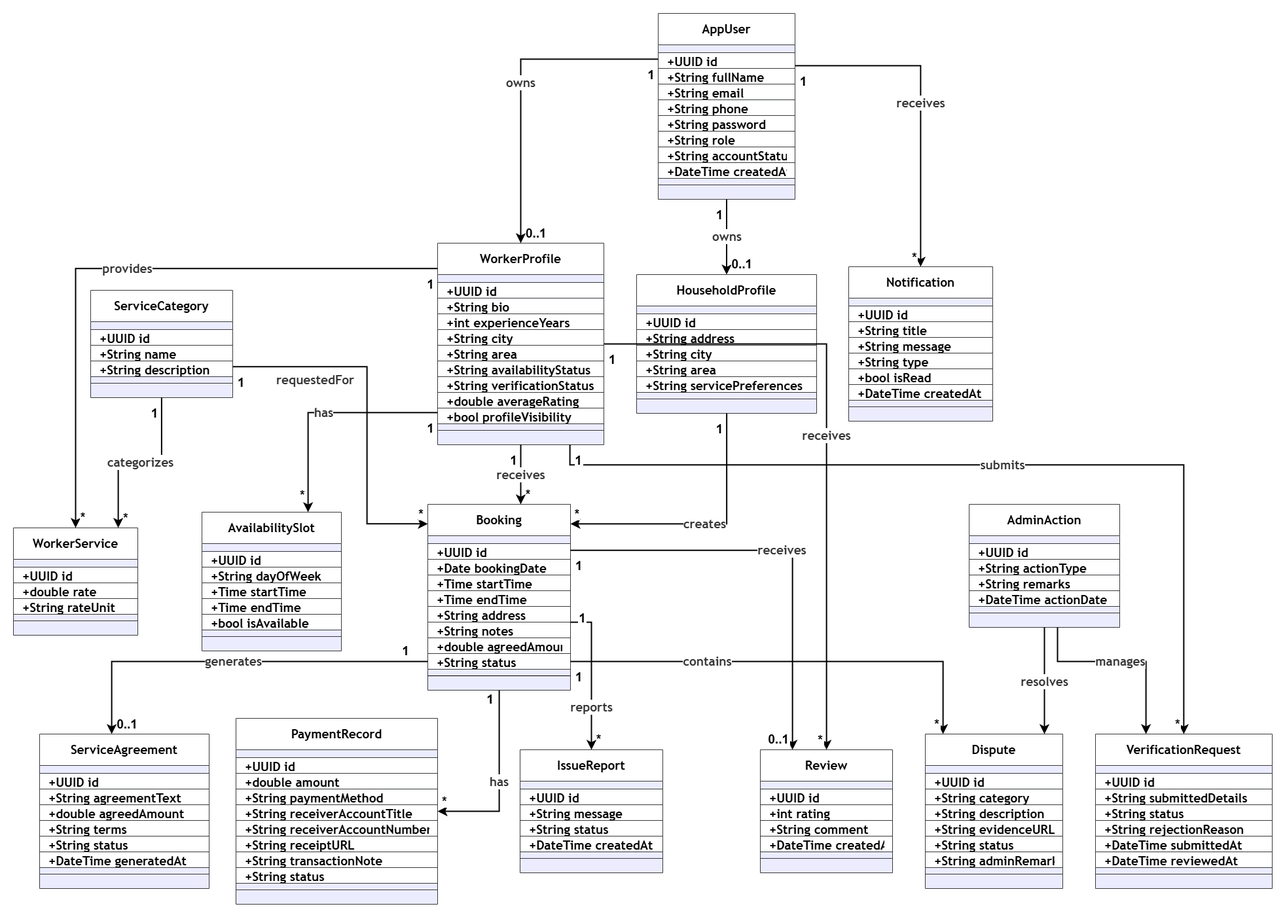
The draw.io diagram Docs/30 Percent/Diagrams/Class.png in AbuZar-Babar/HomeEase, before a commit. Source tidied: cells renumbered, new cells last; positions are measured from the earlier drawing's top-left corner, leaving out a move shared by most shapes.
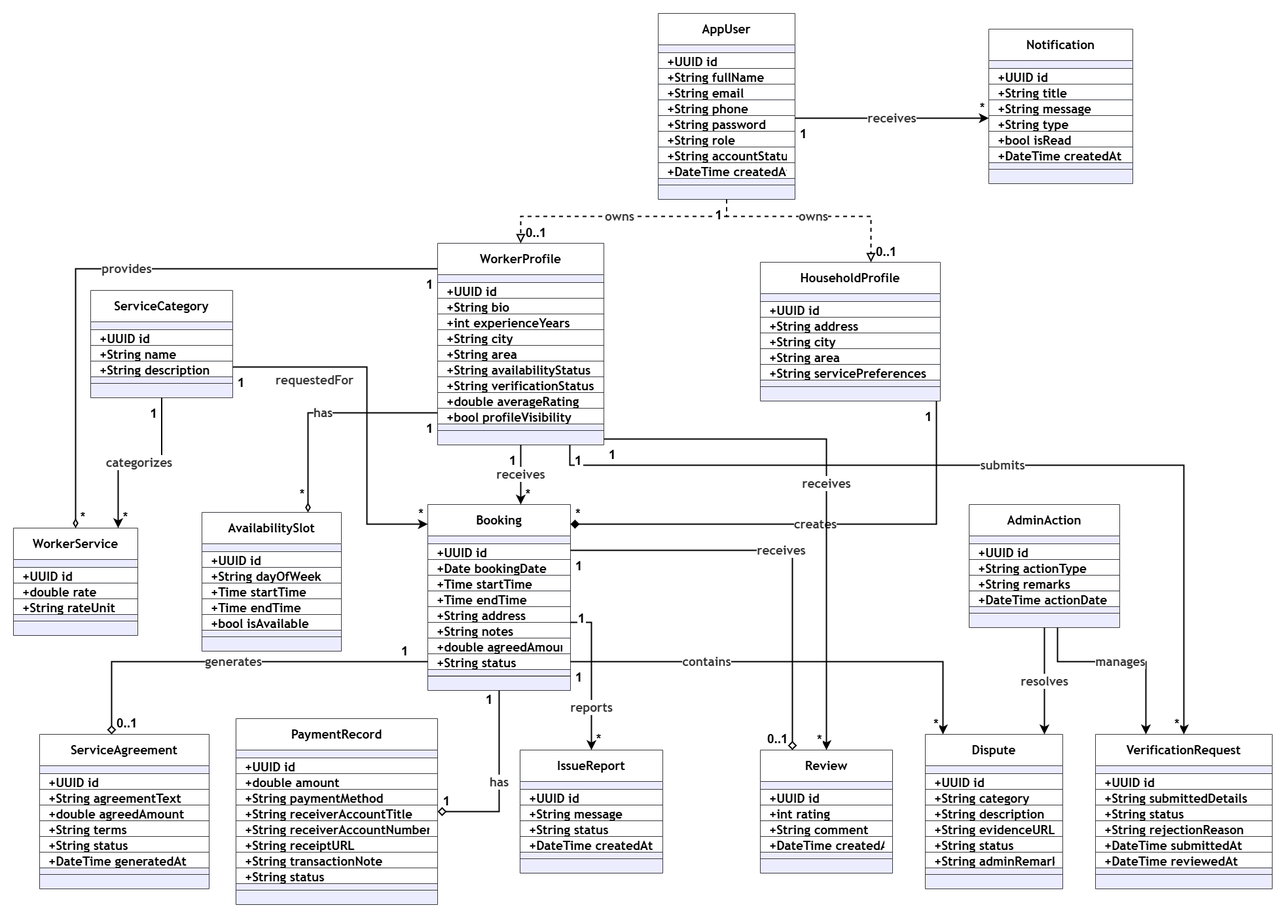
Later version of the same file.

Commit message:
docs: add system design documentation, diagrams, and project presentation assets

The edit, as a diff of the source:
```diff
@@ -36,7 +36,7 @@
       <mxGeometry y="252" width="209" height="20" as="geometry" />
     </mxCell>
     <mxCell id="13" value="&lt;span&gt;HouseholdProfile&lt;/span&gt;" style="swimlane;html=1;fontStyle=1;fontSize=19;align=center;verticalAlign=middle;horizontal=1;startSize=48;swimlaneFillColor=light-dark(#ECECFF,#1f2020);whiteSpace=wrap;fontFamily=Trebuchet MS,Verdana,Arial,sans-serif;fillColor=#FFFFFF;strokeColor=#36393d;labelBackgroundColor=#FFFFFF;" parent="2" vertex="1">
-      <mxGeometry x="992" y="439" width="275" height="212" as="geometry" />
+      <mxGeometry x="1181" y="420" width="275" height="212" as="geometry" />
     </mxCell>
     <mxCell id="14" value="+UUID id" style="text;fontSize=19;align=left;verticalAlign=middle;spacingLeft=12;spacingRight=12;overflow=hidden;fontFamily=Trebuchet MS,Verdana,Arial,sans-serif;fillColor=#FFFFFF;strokeColor=#36393d;fontStyle=1;labelBackgroundColor=#FFFFFF;" parent="13" vertex="1">
       <mxGeometry y="60" width="275" height="24" as="geometry" />
@@ -243,7 +243,7 @@
       <mxGeometry y="156" width="202" height="20" as="geometry" />
     </mxCell>
     <mxCell id="82" value="&lt;span&gt;Notification&lt;/span&gt;" style="swimlane;html=1;fontStyle=1;fontSize=19;align=center;verticalAlign=middle;horizontal=1;startSize=48;swimlaneFillColor=light-dark(#ECECFF,#1f2020);whiteSpace=wrap;fontFamily=Trebuchet MS,Verdana,Arial,sans-serif;fillColor=#FFFFFF;strokeColor=#36393d;labelBackgroundColor=#FFFFFF;" parent="2" vertex="1">
-      <mxGeometry x="1316" y="427" width="220" height="236" as="geometry" />
+      <mxGeometry x="1530" y="64" width="220" height="236" as="geometry" />
     </mxCell>
     <mxCell id="83" value="+UUID id" style="text;fontSize=19;align=left;verticalAlign=middle;spacingLeft=12;spacingRight=12;overflow=hidden;fontFamily=Trebuchet MS,Verdana,Arial,sans-serif;fillColor=#FFFFFF;strokeColor=#36393d;fontStyle=1;labelBackgroundColor=#FFFFFF;" parent="82" vertex="1">
       <mxGeometry y="60" width="220" height="24" as="geometry" />
@@ -350,8 +350,13 @@
     <mxCell id="117" style="line;strokeWidth=1;spacingLeft=3;spacingRight=3;fillColor=#FFFFFF;strokeColor=#36393d;fontStyle=1;fontSize=19;labelBackgroundColor=#FFFFFF;" parent="112" vertex="1">
       <mxGeometry y="156" width="230" height="20" as="geometry" />
     </mxCell>
-    <mxCell id="118" value="owns" style="startArrow=none;endArrow=classic;endSize=9;html=1;fontSize=19;labelBackgroundColor=#FFFFFF;fontFamily=Trebuchet MS,Verdana,Arial,sans-serif;fontColor=light-dark(#333333,#cccccc);rounded=0;edgeStyle=orthogonalEdgeStyle;fontStyle=1;strokeWidth=2;" parent="2" edge="1" source="3" target="13">
-      <mxGeometry relative="1" as="geometry" />
+    <mxCell id="118" value="owns" style="startArrow=none;endArrow=block;endSize=9;html=1;fontSize=19;labelBackgroundColor=#FFFFFF;fontFamily=Trebuchet MS,Verdana,Arial,sans-serif;fontColor=light-dark(#333333,#cccccc);rounded=0;edgeStyle=orthogonalEdgeStyle;fontStyle=1;strokeWidth=2;dashed=1;endFill=0;" parent="2" edge="1" source="3" target="13">
+      <mxGeometry relative="1" as="geometry">
+        <Array as="points">
+          <mxPoint x="1130" y="350" />
+          <mxPoint x="1350" y="350" />
+        </Array>
+      </mxGeometry>
     </mxCell>
     <mxCell id="119" value="1" style="edgeLabel;labelBackgroundColor=#FFFFFF;fontSize=19;spacing=8;align=right;verticalAlign=top;fontStyle=1;" parent="118" vertex="1">
       <mxGeometry x="-1" relative="1" as="geometry" />
@@ -359,10 +364,11 @@
     <mxCell id="120" value="0..1" style="edgeLabel;labelBackgroundColor=#FFFFFF;fontSize=19;spacing=8;align=left;verticalAlign=bottom;fontStyle=1;" parent="118" vertex="1">
       <mxGeometry x="1" relative="1" as="geometry" />
     </mxCell>
-    <mxCell id="121" value="owns" style="startArrow=none;endArrow=classic;endSize=9;html=1;fontSize=19;labelBackgroundColor=#FFFFFF;fontFamily=Trebuchet MS,Verdana,Arial,sans-serif;fontColor=light-dark(#333333,#cccccc);rounded=0;edgeStyle=orthogonalEdgeStyle;fontStyle=1;strokeWidth=2;" parent="2" edge="1" source="3" target="20">
+    <mxCell id="121" value="owns" style="startArrow=none;endArrow=block;endSize=9;html=1;fontSize=19;labelBackgroundColor=#FFFFFF;fontFamily=Trebuchet MS,Verdana,Arial,sans-serif;fontColor=light-dark(#333333,#cccccc);rounded=0;edgeStyle=orthogonalEdgeStyle;fontStyle=1;strokeWidth=2;dashed=1;endFill=0;" parent="2" edge="1" source="3" target="20">
       <mxGeometry relative="1" as="geometry">
         <Array as="points">
-          <mxPoint x="815" y="110" />
+          <mxPoint x="1130" y="350" />
+          <mxPoint x="815" y="350" />
         </Array>
       </mxGeometry>
     </mxCell>
@@ -372,7 +378,7 @@
     <mxCell id="123" value="0..1" style="edgeLabel;labelBackgroundColor=#FFFFFF;fontSize=19;spacing=8;align=left;verticalAlign=bottom;fontStyle=1;" parent="121" vertex="1">
       <mxGeometry x="1" relative="1" as="geometry" />
     </mxCell>
-    <mxCell id="124" value="provides" style="startArrow=none;endArrow=classic;endSize=9;html=1;fontSize=19;labelBackgroundColor=#FFFFFF;fontFamily=Trebuchet MS,Verdana,Arial,sans-serif;fontColor=light-dark(#333333,#cccccc);rounded=0;edgeStyle=orthogonalEdgeStyle;fontStyle=1;strokeWidth=2;" parent="2" edge="1" source="20" target="36">
+    <mxCell id="124" value="provides" style="startArrow=none;endArrow=diamondThin;endSize=9;html=1;fontSize=19;labelBackgroundColor=#FFFFFF;fontFamily=Trebuchet MS,Verdana,Arial,sans-serif;fontColor=light-dark(#333333,#cccccc);rounded=0;edgeStyle=orthogonalEdgeStyle;fontStyle=1;strokeWidth=2;endFill=0;" parent="2" edge="1" source="20" target="36">
       <mxGeometry relative="1" as="geometry">
         <Array as="points">
           <mxPoint x="135" y="430" />
@@ -385,7 +391,7 @@
     <mxCell id="126" value="*" style="edgeLabel;labelBackgroundColor=#FFFFFF;fontSize=19;spacing=8;align=left;verticalAlign=bottom;fontStyle=1;" parent="124" vertex="1">
       <mxGeometry x="1" relative="1" as="geometry" />
     </mxCell>
-    <mxCell id="127" value="has" style="startArrow=none;endArrow=classic;endSize=9;html=1;fontSize=19;labelBackgroundColor=#FFFFFF;fontFamily=Trebuchet MS,Verdana,Arial,sans-serif;fontColor=light-dark(#333333,#cccccc);rounded=0;edgeStyle=orthogonalEdgeStyle;fontStyle=1;strokeWidth=2;" parent="2" edge="1" source="20" target="41">
+    <mxCell id="127" value="has" style="startArrow=none;endArrow=diamondThin;endSize=9;html=1;fontSize=19;labelBackgroundColor=#FFFFFF;fontFamily=Trebuchet MS,Verdana,Arial,sans-serif;fontColor=light-dark(#333333,#cccccc);rounded=0;edgeStyle=orthogonalEdgeStyle;fontStyle=1;strokeWidth=2;endFill=0;" parent="2" edge="1" source="20" target="41">
       <mxGeometry relative="1" as="geometry">
         <Array as="points">
           <mxPoint x="490" y="650" />
@@ -400,10 +406,10 @@
         <mxPoint x="-20" y="-12" as="offset" />
       </mxGeometry>
     </mxCell>
-    <mxCell id="130" value="creates" style="startArrow=none;endArrow=classic;endSize=9;html=1;fontSize=19;labelBackgroundColor=#FFFFFF;fontFamily=Trebuchet MS,Verdana,Arial,sans-serif;fontColor=light-dark(#333333,#cccccc);rounded=0;edgeStyle=orthogonalEdgeStyle;fontStyle=1;strokeWidth=2;" parent="2" edge="1" source="13" target="48">
+    <mxCell id="130" value="creates" style="startArrow=none;endArrow=diamond;endSize=9;html=1;fontSize=19;labelBackgroundColor=#FFFFFF;fontFamily=Trebuchet MS,Verdana,Arial,sans-serif;fontColor=light-dark(#333333,#cccccc);rounded=0;edgeStyle=orthogonalEdgeStyle;fontStyle=1;strokeWidth=2;endFill=1;" parent="2" edge="1" source="13" target="48">
       <mxGeometry relative="1" as="geometry">
         <Array as="points">
-          <mxPoint x="1129" y="820" />
+          <mxPoint x="1450" y="820" />
         </Array>
       </mxGeometry>
     </mxCell>
@@ -455,7 +461,7 @@
     <mxCell id="141" value="*" style="edgeLabel;labelBackgroundColor=#FFFFFF;fontSize=19;spacing=8;align=right;verticalAlign=bottom;fontStyle=1;" parent="139" vertex="1">
       <mxGeometry x="1" relative="1" as="geometry" />
     </mxCell>
-    <mxCell id="142" value="generates" style="startArrow=none;endArrow=classic;endSize=9;html=1;fontSize=19;labelBackgroundColor=#FFFFFF;fontFamily=Trebuchet MS,Verdana,Arial,sans-serif;fontColor=light-dark(#333333,#cccccc);rounded=0;edgeStyle=orthogonalEdgeStyle;fontStyle=1;strokeWidth=2;" parent="2" edge="1" source="48" target="58">
+    <mxCell id="142" value="generates" style="startArrow=none;endArrow=diamond;endSize=9;html=1;fontSize=19;labelBackgroundColor=#FFFFFF;fontFamily=Trebuchet MS,Verdana,Arial,sans-serif;fontColor=light-dark(#333333,#cccccc);rounded=0;edgeStyle=orthogonalEdgeStyle;fontStyle=1;strokeWidth=2;endFill=0;" parent="2" edge="1" source="48" target="58">
       <mxGeometry relative="1" as="geometry">
         <Array as="points">
           <mxPoint x="190" y="1030" />
@@ -470,7 +476,7 @@
     <mxCell id="144" value="0..1" style="edgeLabel;labelBackgroundColor=#FFFFFF;fontSize=19;spacing=8;align=left;verticalAlign=bottom;fontStyle=1;" parent="142" vertex="1">
       <mxGeometry x="1" relative="1" as="geometry" />
     </mxCell>
-    <mxCell id="145" value="has" style="startArrow=none;endArrow=classic;endSize=9;html=1;fontSize=19;labelBackgroundColor=#FFFFFF;fontFamily=Trebuchet MS,Verdana,Arial,sans-serif;fontColor=light-dark(#333333,#cccccc);rounded=0;edgeStyle=orthogonalEdgeStyle;fontStyle=1;strokeWidth=2;" parent="2" edge="1" source="48" target="66">
+    <mxCell id="145" value="has" style="startArrow=none;endArrow=diamond;endSize=9;html=1;fontSize=19;labelBackgroundColor=#FFFFFF;fontFamily=Trebuchet MS,Verdana,Arial,sans-serif;fontColor=light-dark(#333333,#cccccc);rounded=0;edgeStyle=orthogonalEdgeStyle;fontStyle=1;strokeWidth=2;endFill=0;" parent="2" edge="1" source="48" target="66">
       <mxGeometry relative="1" as="geometry">
         <Array as="points">
           <mxPoint x="782" y="1259" />
@@ -482,10 +488,10 @@
         <mxPoint x="-3" y="-10" as="offset" />
       </mxGeometry>
     </mxCell>
-    <mxCell id="147" value="*" style="edgeLabel;labelBackgroundColor=#FFFFFF;fontSize=19;spacing=8;align=left;verticalAlign=bottom;fontStyle=1;" parent="145" vertex="1">
+    <mxCell id="147" value="1" style="edgeLabel;labelBackgroundColor=#FFFFFF;fontSize=19;spacing=8;align=left;verticalAlign=bottom;fontStyle=1;" parent="145" vertex="1">
       <mxGeometry x="1" relative="1" as="geometry" />
     </mxCell>
-    <mxCell id="148" value="receives" style="startArrow=none;endArrow=classic;endSize=9;html=1;fontSize=19;labelBackgroundColor=#FFFFFF;fontFamily=Trebuchet MS,Verdana,Arial,sans-serif;fontColor=light-dark(#333333,#cccccc);rounded=0;edgeStyle=orthogonalEdgeStyle;fontStyle=1;strokeWidth=2;" parent="2" edge="1" source="48" target="76">
+    <mxCell id="148" value="receives" style="startArrow=none;endArrow=diamond;endSize=9;html=1;fontSize=19;labelBackgroundColor=#FFFFFF;fontFamily=Trebuchet MS,Verdana,Arial,sans-serif;fontColor=light-dark(#333333,#cccccc);rounded=0;edgeStyle=orthogonalEdgeStyle;fontStyle=1;strokeWidth=2;endFill=0;" parent="2" edge="1" source="48" target="76">
       <mxGeometry relative="1" as="geometry">
         <Array as="points">
           <mxPoint x="1230" y="860" />
@@ -528,7 +534,11 @@
       <mxGeometry x="1" relative="1" as="geometry" />
     </mxCell>
     <mxCell id="157" value="receives" style="startArrow=none;endArrow=classic;endSize=9;html=1;fontSize=19;labelBackgroundColor=#FFFFFF;fontFamily=Trebuchet MS,Verdana,Arial,sans-serif;fontColor=light-dark(#333333,#cccccc);rounded=0;edgeStyle=orthogonalEdgeStyle;fontStyle=1;strokeWidth=2;" parent="2" edge="1" source="20" target="76">
-      <mxGeometry relative="1" as="geometry" />
+      <mxGeometry relative="1" as="geometry">
+        <Array as="points">
+          <mxPoint x="1282" y="690" />
+        </Array>
+      </mxGeometry>
     </mxCell>
     <mxCell id="158" value="1" style="edgeLabel;labelBackgroundColor=#FFFFFF;fontSize=19;spacing=8;align=left;verticalAlign=top;fontStyle=1;" parent="157" vertex="1">
       <mxGeometry x="-1" relative="1" as="geometry" />
@@ -553,7 +563,8 @@
     <mxCell id="163" value="receives" style="startArrow=none;endArrow=classic;endSize=9;html=1;fontSize=19;labelBackgroundColor=#FFFFFF;fontFamily=Trebuchet MS,Verdana,Arial,sans-serif;fontColor=light-dark(#333333,#cccccc);rounded=0;edgeStyle=orthogonalEdgeStyle;fontStyle=1;strokeWidth=2;" parent="2" edge="1" source="3" target="82">
       <mxGeometry relative="1" as="geometry">
         <Array as="points">
-          <mxPoint x="1426" y="120" />
+          <mxPoint x="1430" y="200" />
+          <mxPoint x="1430" y="200" />
         </Array>
       </mxGeometry>
     </mxCell>
```
